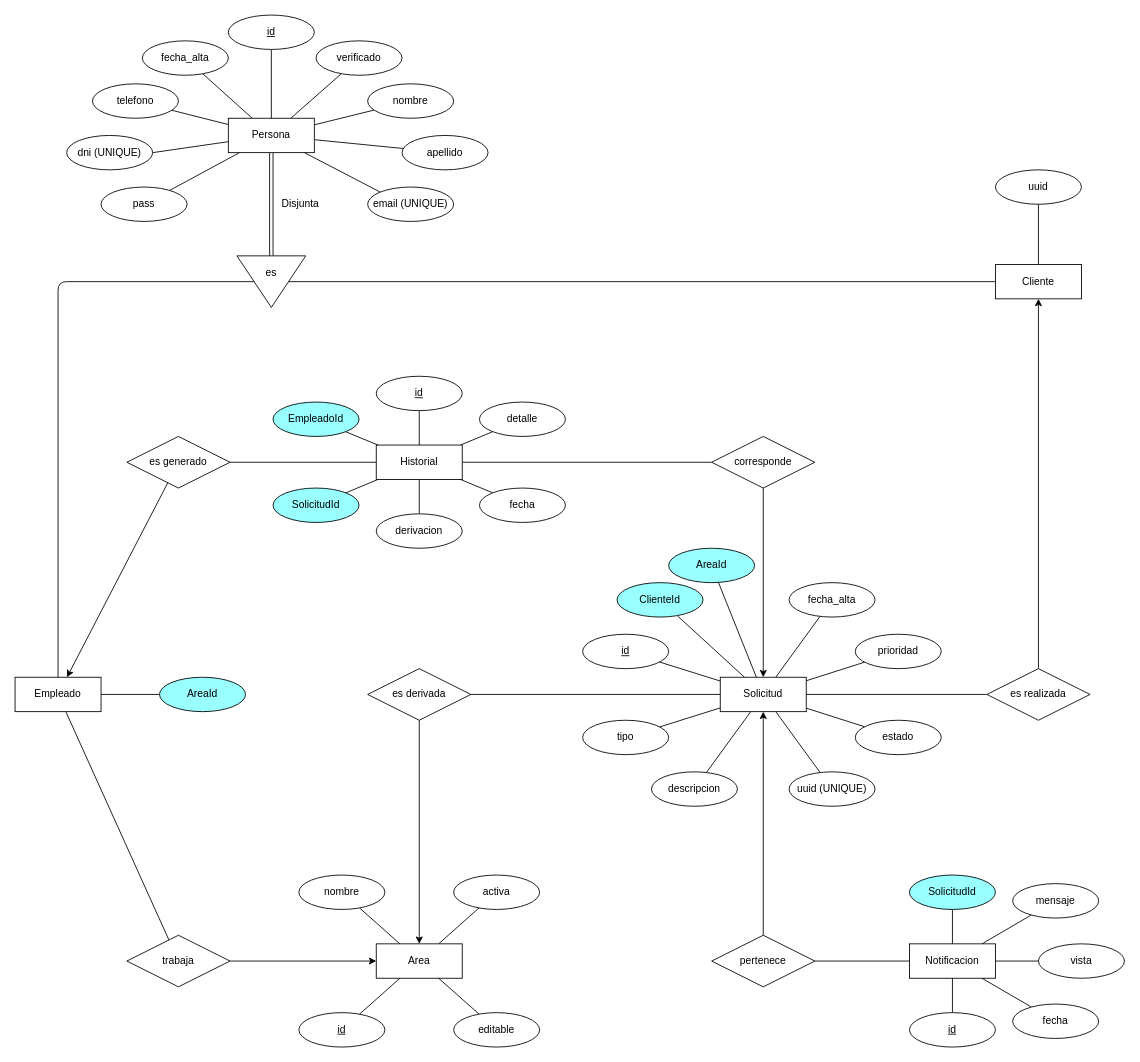
Above: MySQL/DER.drawio in EZE404/HELP-DESK (draw.io), before the change. Source tidied: cells renumbered, new cells numbered last; positions are measured from the earlier drawing's top-left corner, leaving out a move shared by most shapes. Both pictures are drawn from the tidied source at 86%, with x=0, y=0 at pixel (15, 15).
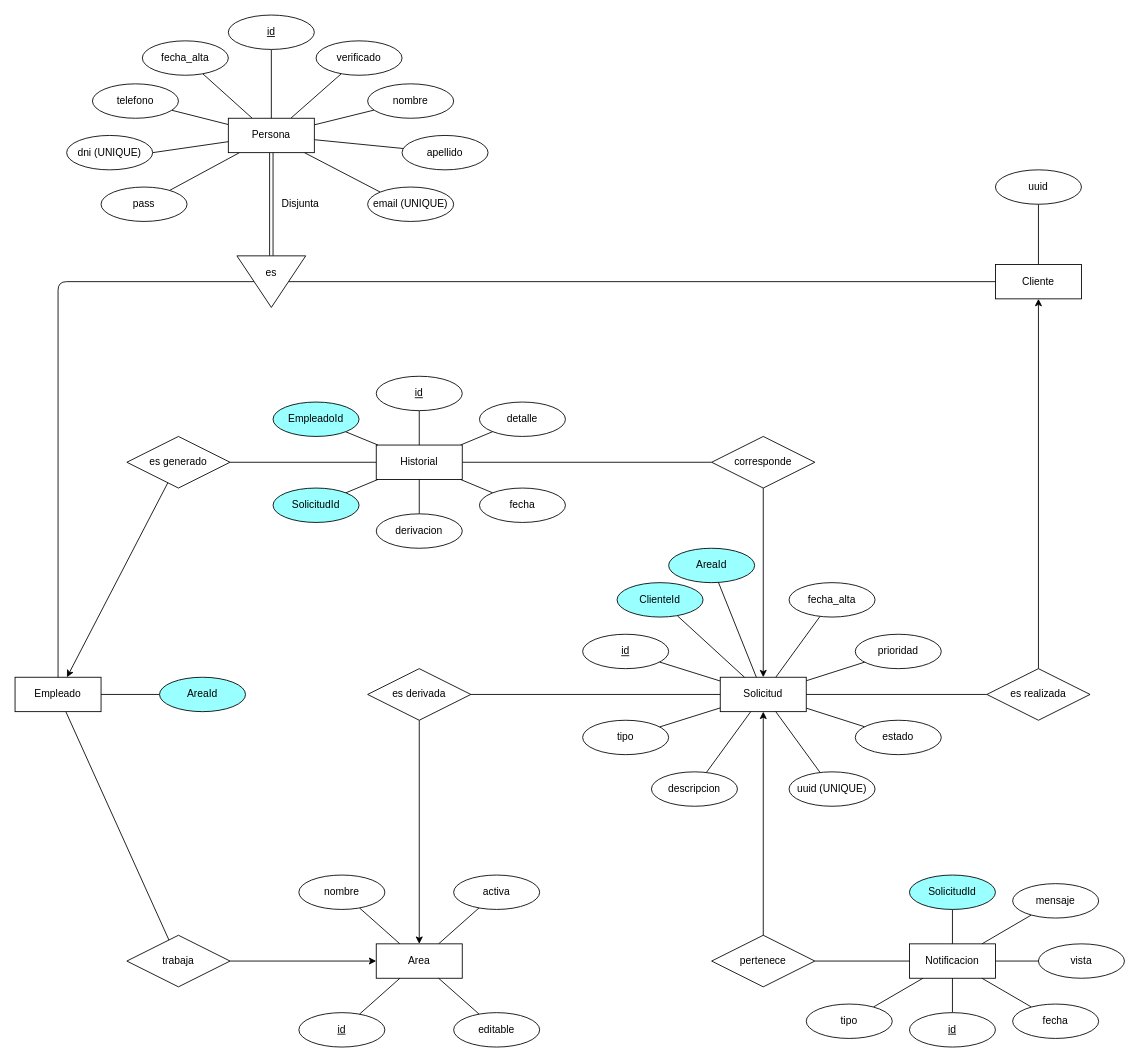
Above is the later version.

Commit message:
actualizado DER

Unchanged cells that the change refers to:
```xml
<mxCell id="19" value="Notificacion" style="whiteSpace=wrap;html=1;align=center;" parent="1" vertex="1">
  <mxGeometry x="1040" y="1080" width="100" height="40" as="geometry" />
</mxCell>
```

What changed in the source:
```diff
@@
+    <mxCell id="103" style="edgeStyle=none;jettySize=auto;html=1;endArrow=none;" parent="1" edge="1" source="104" target="19">
+      <mxGeometry relative="1" as="geometry" />
+    </mxCell>
+    <mxCell id="104" value="tipo" style="ellipse;whiteSpace=wrap;html=1;align=center;fillColor=#FFFFFF;" parent="1" vertex="1">
+      <mxGeometry x="920" y="1150" width="100" height="40" as="geometry" />
+    </mxCell>
```
